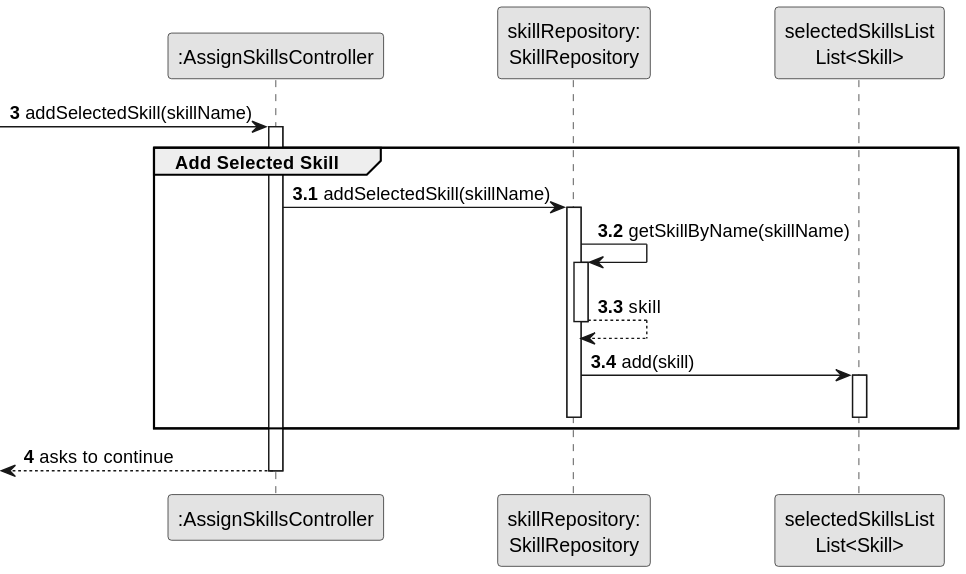
Before: docs/sprintC/us004/03.design/svg/us004-sequence-diagram-partial-add-selected-skill.svg, a diagram exported from PlantUML (Departamento-de-Engenharia-Informatica/lei-24-s2-1dm-g132). Source of this version:
```plantuml
@startuml
skinparam monochrome true
skinparam packageStyle rectangle
skinparam shadowing false

participant ":AssignSkillsController" as CTRL
participant "skillRepository:\nSkillRepository" as SkillRepository
participant "selectedSkillsList\nList<Skill>" as selectedSkillsList

autonumber 3
-> CTRL : addSelectedSkill(skillName)

autonumber 3.1

activate CTRL
    group Add Selected Skill
        CTRL -> SkillRepository: addSelectedSkill(skillName)
        activate SkillRepository

        SkillRepository -> SkillRepository: getSkillByName(skillName)
        activate SkillRepository
        SkillRepository --> SkillRepository: skill
        deactivate SkillRepository

        SkillRepository -> selectedSkillsList : add(skill)
        activate selectedSkillsList

        deactivate selectedSkillsList
        deactivate SkillRepository

    end group

    autonumber 4
    <-- CTRL : asks to continue

deactivate CTRL
@enduml
```
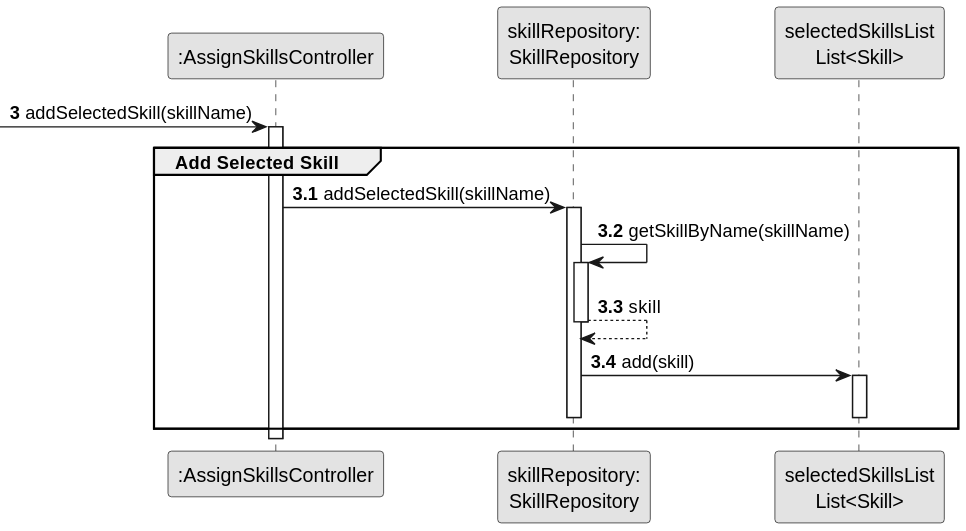
Above is the later version.

The edit, as a diff of the source:
```diff
@@ -31,7 +31,7 @@
     end group
 
     autonumber 4
-    <-- CTRL : asks to continue
+
 
 deactivate CTRL
 @enduml
```
